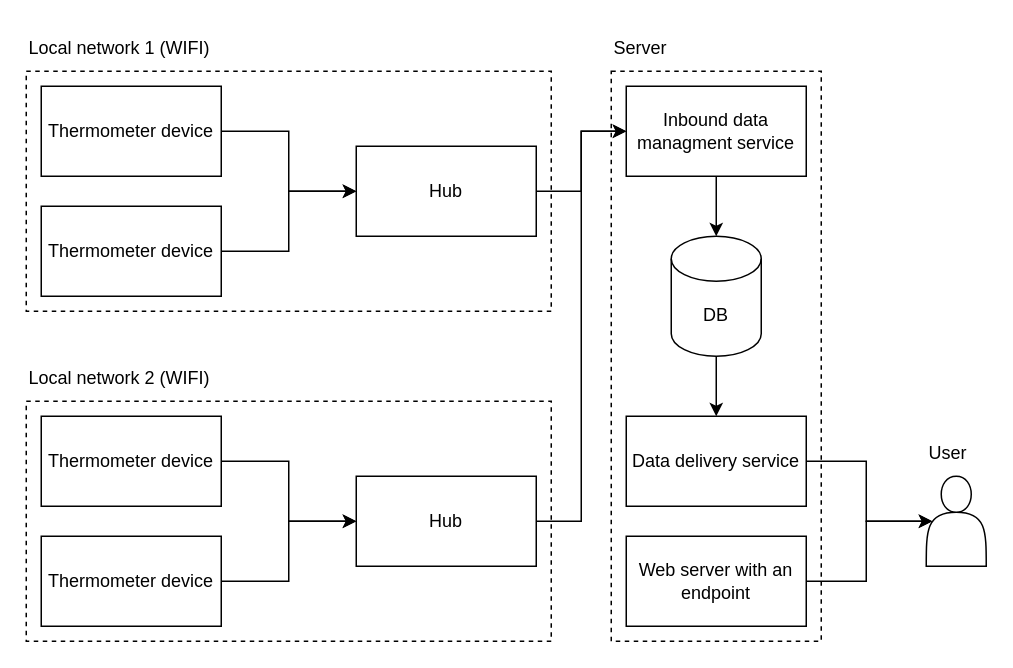
The draw.io diagram page "Diagram 1" (1 of 3) of concept/assets/architecture-diagram.drawio in Infor-Tech/TemperaControl, before the edit. Source tidied: cells renumbered, new cells numbered last; positions are measured from the earlier drawing's top-left corner, leaving out a move shared by most shapes. Both pictures are drawn from the tidied source at 150%, with x=0, y=0 at pixel (26, 26).
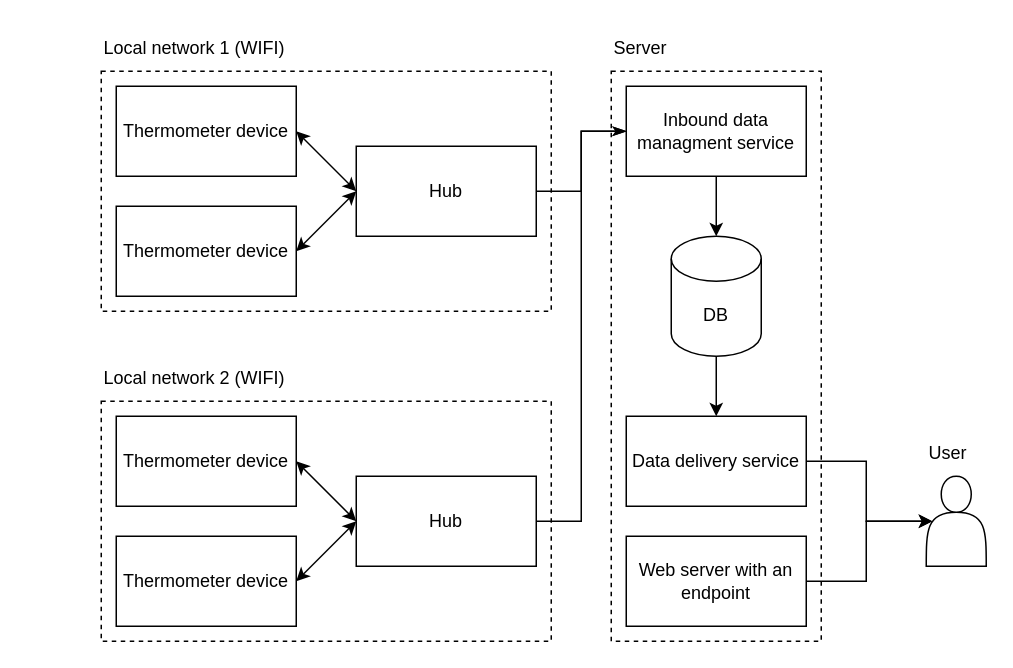
After the change.

Unchanged cells that the change refers to:
```xml
<mxCell id="14" value="Inbound data managment service" style="rounded=0;whiteSpace=wrap;html=1;" parent="11" vertex="1">
  <mxGeometry x="10" y="40" width="120" height="60" as="geometry" />
</mxCell>
```

The edit, as a diff of the source:
```diff
@@
-    <mxCell id="2" style="edgeStyle=orthogonalEdgeStyle;rounded=0;jettySize=auto;html=1;exitX=1;exitY=0.5;exitDx=0;exitDy=0;entryX=0;entryY=0.5;entryDx=0;entryDy=0;" parent="1" edge="1" source="7" target="14">
-      <mxGeometry relative="1" as="geometry">
-        <Array as="points">
-          <mxPoint x="370" y="110" />
-          <mxPoint x="370" y="70" />
-        </Array>
-      </mxGeometry>
-    </mxCell>
-    <mxCell id="3" style="group;" parent="1" vertex="1">
-      <mxGeometry width="350" height="190" as="geometry" />
-    </mxCell>
-    <mxCell id="4" style="rounded=0;whiteSpace=wrap;html=1;fillColor=none;dashed=1;" parent="3" vertex="1">
-      <mxGeometry y="30" width="350" height="160" as="geometry" />
-    </mxCell>
-    <mxCell id="5" value="Thermometer device" style="rounded=0;whiteSpace=wrap;html=1;" parent="3" vertex="1">
-      <mxGeometry x="10" y="40" width="120" height="60" as="geometry" />
-    </mxCell>
-    <mxCell id="6" value="Thermometer device" style="rounded=0;whiteSpace=wrap;html=1;" parent="3" vertex="1">
-      <mxGeometry x="10" y="120" width="120" height="60" as="geometry" />
-    </mxCell>
-    <mxCell id="7" value="Hub" style="rounded=0;whiteSpace=wrap;html=1;fillColor=default;" parent="3" vertex="1">
-      <mxGeometry x="220" y="80" width="120" height="60" as="geometry" />
-    </mxCell>
-    <mxCell id="8" value="Local network 1 (WIFI)" style="text;html=1;strokeColor=none;fillColor=none;align=left;verticalAlign=middle;whiteSpace=wrap;rounded=0;dashed=1;" parent="3" vertex="1">
-      <mxGeometry width="130" height="30" as="geometry" />
-    </mxCell>
-    <mxCell id="9" style="edgeStyle=orthogonalEdgeStyle;rounded=0;jettySize=auto;html=1;entryX=0;entryY=0.5;entryDx=0;entryDy=0;exitX=1;exitY=0.5;exitDx=0;exitDy=0;" parent="3" edge="1" source="6" target="7">
-      <mxGeometry relative="1" as="geometry" />
-    </mxCell>
-    <mxCell id="10" style="edgeStyle=orthogonalEdgeStyle;rounded=0;jettySize=auto;html=1;entryX=0;entryY=0.5;entryDx=0;entryDy=0;exitX=1;exitY=0.5;exitDx=0;exitDy=0;" parent="3" edge="1" source="5" target="7">
-      <mxGeometry relative="1" as="geometry" />
-    </mxCell>
@@
-    <mxCell id="24" style="group;" parent="1" vertex="1">
-      <mxGeometry y="220" width="350" height="190" as="geometry" />
-    </mxCell>
-    <mxCell id="25" style="rounded=0;whiteSpace=wrap;html=1;fillColor=none;dashed=1;" parent="24" vertex="1">
-      <mxGeometry y="30" width="350" height="160" as="geometry" />
-    </mxCell>
+    <mxCell id="33" style="group;" parent="1" vertex="1">
+      <mxGeometry x="50" width="300" height="190" as="geometry" />
+    </mxCell>
+    <mxCell id="4" style="rounded=0;whiteSpace=wrap;html=1;fillColor=none;dashed=1;" parent="33" vertex="1">
+      <mxGeometry y="30" width="300" height="160" as="geometry" />
+    </mxCell>
+    <mxCell id="5" value="Thermometer device" style="rounded=0;whiteSpace=wrap;html=1;" parent="33" vertex="1">
+      <mxGeometry x="10" y="40" width="120" height="60" as="geometry" />
+    </mxCell>
+    <mxCell id="6" value="Thermometer device" style="rounded=0;whiteSpace=wrap;html=1;" parent="33" vertex="1">
+      <mxGeometry x="10" y="120" width="120" height="60" as="geometry" />
+    </mxCell>
+    <mxCell id="7" value="Hub" style="rounded=0;whiteSpace=wrap;html=1;fillColor=default;" parent="33" vertex="1">
+      <mxGeometry x="170" y="80" width="120" height="60" as="geometry" />
+    </mxCell>
+    <mxCell id="8" value="Local network 1 (WIFI)" style="text;html=1;strokeColor=none;fillColor=none;align=left;verticalAlign=middle;whiteSpace=wrap;rounded=0;dashed=1;" parent="33" vertex="1">
+      <mxGeometry width="130" height="30" as="geometry" />
+    </mxCell>
+    <mxCell id="10" style="endArrow=classic;startArrow=classic;html=1;rounded=0;exitX=1;exitY=0.5;exitDx=0;exitDy=0;entryX=0;entryY=0.5;entryDx=0;entryDy=0;" parent="33" edge="1" source="5" target="7">
+      <mxGeometry as="geometry" />
+    </mxCell>
+    <mxCell id="9" style="endArrow=classic;startArrow=classic;html=1;rounded=0;entryX=0;entryY=0.5;entryDx=0;entryDy=0;exitX=1;exitY=0.5;exitDx=0;exitDy=0;" parent="33" edge="1" source="6" target="7">
+      <mxGeometry as="geometry" />
+    </mxCell>
+    <mxCell id="34" style="group;" parent="1" vertex="1">
+      <mxGeometry x="50" y="220" width="300" height="190" as="geometry" />
+    </mxCell>
+    <mxCell id="35" style="rounded=0;whiteSpace=wrap;html=1;fillColor=none;dashed=1;" parent="34" vertex="1">
+      <mxGeometry y="30" width="300" height="160" as="geometry" />
+    </mxCell>
-    <mxCell id="26" value="Thermometer device" style="rounded=0;whiteSpace=wrap;html=1;" parent="24" vertex="1">
+    <mxCell id="26" value="Thermometer device" style="rounded=0;whiteSpace=wrap;html=1;" parent="34" vertex="1">
       <mxGeometry x="10" y="40" width="120" height="60" as="geometry" />
     </mxCell>
-    <mxCell id="27" value="Thermometer device" style="rounded=0;whiteSpace=wrap;html=1;" parent="24" vertex="1">
+    <mxCell id="27" value="Thermometer device" style="rounded=0;whiteSpace=wrap;html=1;" parent="34" vertex="1">
       <mxGeometry x="10" y="120" width="120" height="60" as="geometry" />
     </mxCell>
-    <mxCell id="28" value="Hub" style="rounded=0;whiteSpace=wrap;html=1;fillColor=default;" parent="24" vertex="1">
-      <mxGeometry x="220" y="80" width="120" height="60" as="geometry" />
+    <mxCell id="28" value="Hub" style="rounded=0;whiteSpace=wrap;html=1;fillColor=default;" parent="34" vertex="1">
+      <mxGeometry x="170" y="80" width="120" height="60" as="geometry" />
     </mxCell>
-    <mxCell id="29" value="Local network&amp;nbsp;2 (WIFI)" style="text;html=1;strokeColor=none;fillColor=none;align=left;verticalAlign=middle;whiteSpace=wrap;rounded=0;dashed=1;" parent="24" vertex="1">
+    <mxCell id="29" value="Local network 2 (WIFI)" style="text;html=1;strokeColor=none;fillColor=none;align=left;verticalAlign=middle;whiteSpace=wrap;rounded=0;dashed=1;" parent="34" vertex="1">
       <mxGeometry width="130" height="30" as="geometry" />
     </mxCell>
+    <mxCell id="31" style="endArrow=classic;startArrow=classic;html=1;rounded=0;exitX=1;exitY=0.5;exitDx=0;exitDy=0;entryX=0;entryY=0.5;entryDx=0;entryDy=0;" parent="34" edge="1" source="26" target="28">
+      <mxGeometry as="geometry" />
+    </mxCell>
-    <mxCell id="30" style="edgeStyle=orthogonalEdgeStyle;rounded=0;jettySize=auto;html=1;entryX=0;entryY=0.5;entryDx=0;entryDy=0;exitX=1;exitY=0.5;exitDx=0;exitDy=0;" parent="24" edge="1" source="27" target="28">
-      <mxGeometry relative="1" as="geometry" />
+    <mxCell id="30" style="endArrow=classic;startArrow=classic;html=1;rounded=0;entryX=0;entryY=0.5;entryDx=0;entryDy=0;exitX=1;exitY=0.5;exitDx=0;exitDy=0;" parent="34" edge="1" source="27" target="28">
+      <mxGeometry as="geometry" />
     </mxCell>
-    <mxCell id="31" style="edgeStyle=orthogonalEdgeStyle;rounded=0;jettySize=auto;html=1;entryX=0;entryY=0.5;entryDx=0;entryDy=0;exitX=1;exitY=0.5;exitDx=0;exitDy=0;" parent="24" edge="1" source="26" target="28">
-      <mxGeometry relative="1" as="geometry" />
-    </mxCell>
+    <mxCell id="2" style="edgeStyle=orthogonalEdgeStyle;rounded=0;jettySize=auto;html=1;exitX=1;exitY=0.5;exitDx=0;exitDy=0;entryX=0;entryY=0.5;entryDx=0;entryDy=0;endArrow=classicThin;endFill=1;" parent="1" edge="1" source="7" target="14">
+      <mxGeometry relative="1" as="geometry" />
+    </mxCell>
-    <mxCell id="32" style="edgeStyle=orthogonalEdgeStyle;rounded=0;jettySize=auto;html=1;exitX=1;exitY=0.5;exitDx=0;exitDy=0;entryX=0;entryY=0.5;entryDx=0;entryDy=0;" parent="1" edge="1" source="28" target="14">
-      <mxGeometry relative="1" as="geometry">
-        <Array as="points">
-          <mxPoint x="370" y="330" />
-          <mxPoint x="370" y="70" />
-        </Array>
-      </mxGeometry>
+    <mxCell id="32" style="edgeStyle=orthogonalEdgeStyle;rounded=0;jettySize=auto;html=1;exitX=1;exitY=0.5;exitDx=0;exitDy=0;entryX=0;entryY=0.5;entryDx=0;entryDy=0;endArrow=classicThin;endFill=1;" parent="1" edge="1" source="28" target="14">
+      <mxGeometry relative="1" as="geometry" />
     </mxCell>
```
